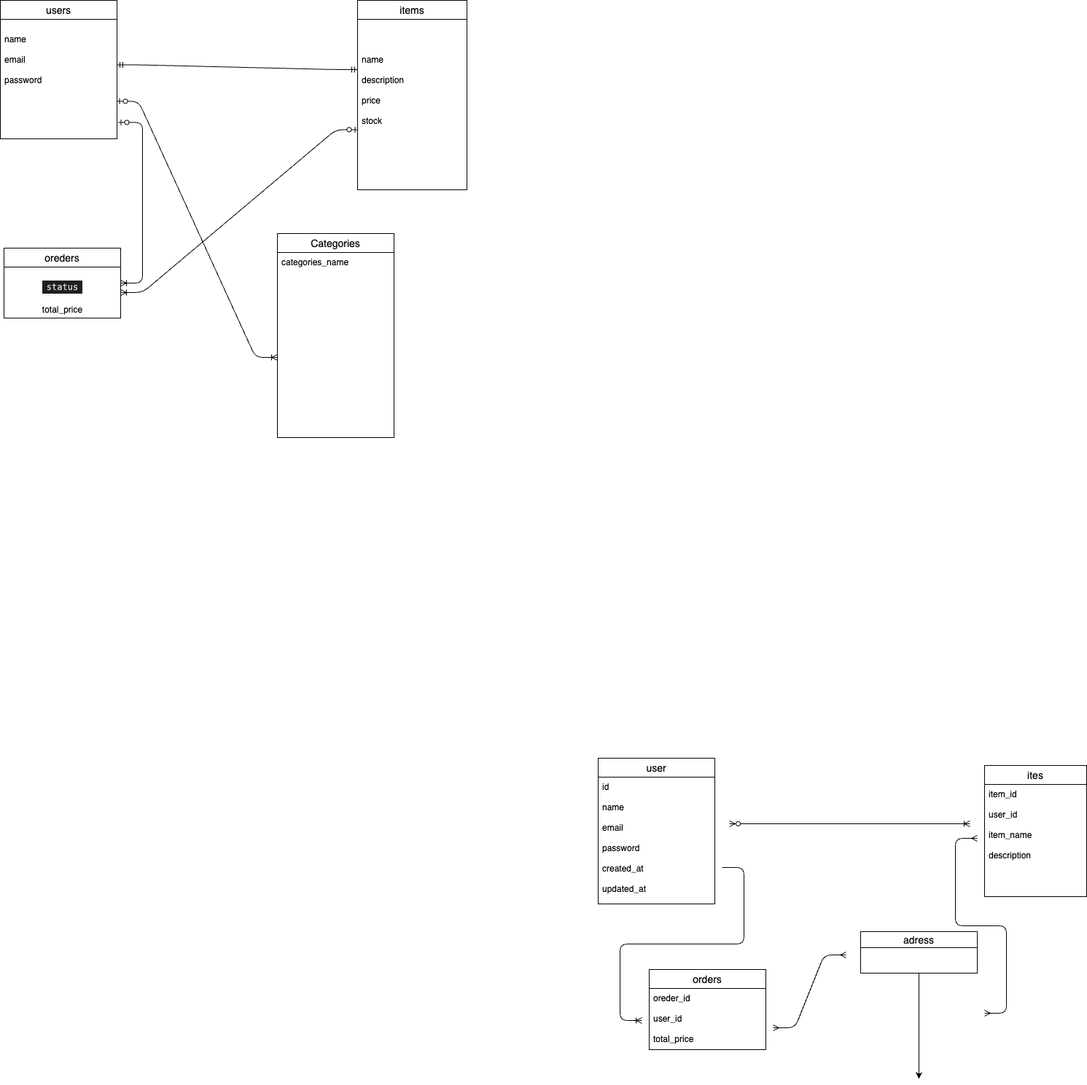
Above: drow/furima.drawio.png in takashi14-07/furima-41447 (draw.io), before the change. Source tidied: cells renumbered, new cells last; positions are measured from the earlier drawing's top-left corner, leaving out a move shared by most shapes.
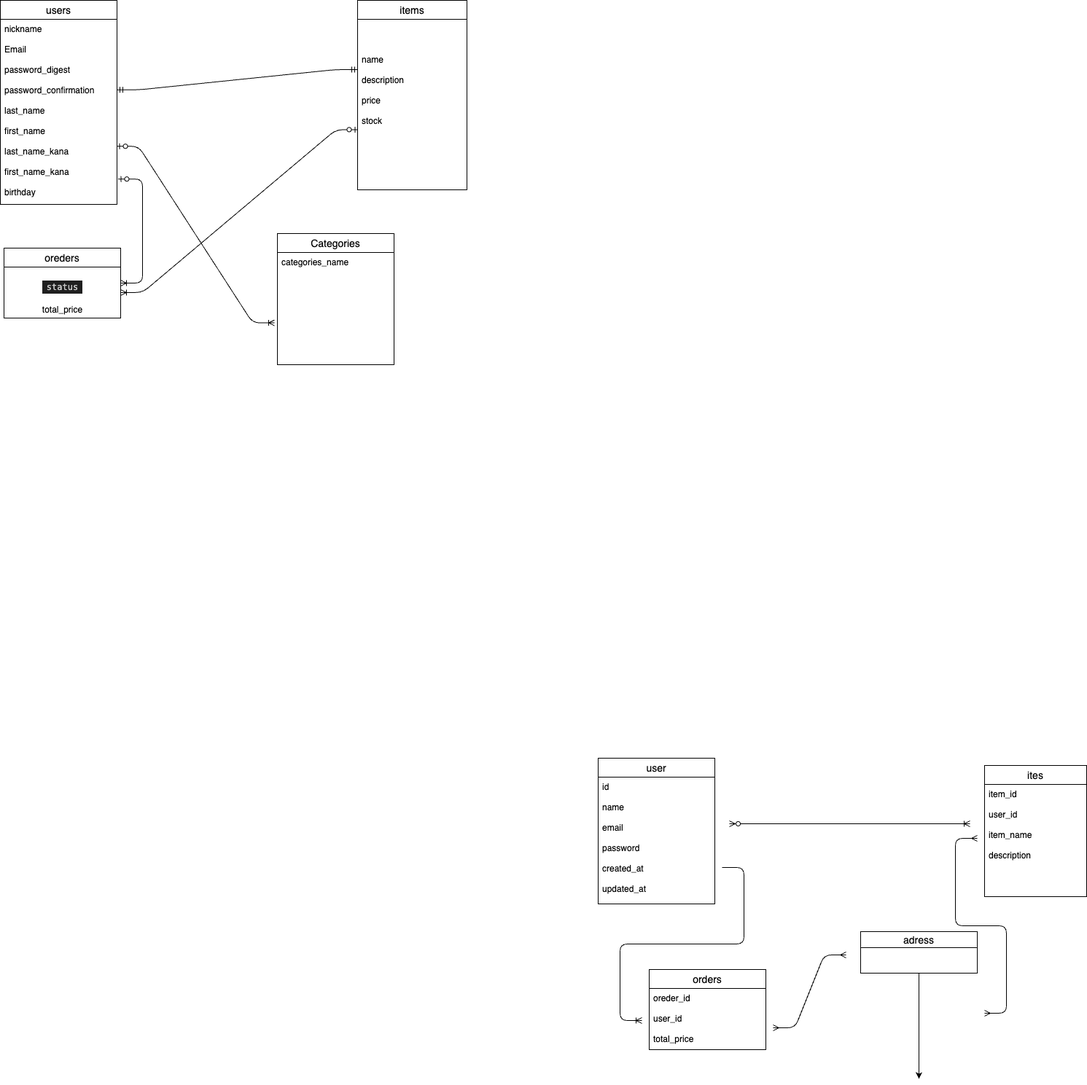
The same diagram one commit later.

Diff of the diagram source:
```diff
@@ -59,10 +59,10 @@
       </mxGeometry>
     </mxCell>
     <mxCell id="15" value="users" style="swimlane;fontStyle=0;horizontal=1;startSize=26;align=center;fontSize=14;" parent="1" vertex="1">
-      <mxGeometry width="160" height="190" as="geometry" />
+      <mxGeometry width="160" height="280" as="geometry" />
     </mxCell>
-    <mxCell id="16" value="&#10;name&#10;&#10;email&#10;&#10;password&#10;&#10;&#10;&#10;&#10;" style="text;strokeColor=none;fillColor=none;spacingLeft=4;spacingRight=4;overflow=hidden;points=[[0,0.5],[1,0.5]];portConstraint=eastwest;fontSize=12;" parent="15" vertex="1">
-      <mxGeometry y="26" width="160" height="164" as="geometry" />
+    <mxCell id="16" value="nickname&#10;&#10;Email&#10;&#10;password_digest&#10;&#10;password_confirmation&#10;&#10;last_name&#10;&#10;first_name&#10;&#10;last_name_kana&#10;&#10;first_name_kana&#10;&#10;birthday" style="text;strokeColor=none;fillColor=none;spacingLeft=4;spacingRight=4;overflow=hidden;points=[[0,0.5],[1,0.5]];portConstraint=eastwest;fontSize=12;" parent="15" vertex="1">
+      <mxGeometry y="26" width="160" height="254" as="geometry" />
     </mxCell>
     <mxCell id="17" value="items" style="swimlane;fontStyle=0;horizontal=1;startSize=26;align=center;fontSize=14;" parent="1" vertex="1">
       <mxGeometry x="490" width="150" height="260" as="geometry" />
@@ -77,18 +77,16 @@
       <mxGeometry y="26" width="160" height="70" as="geometry" />
     </mxCell>
     <mxCell id="21" value="Categories" style="swimlane;fontStyle=0;horizontal=1;startSize=26;align=center;fontSize=14;" parent="1" vertex="1">
-      <mxGeometry x="380" y="320" width="160" height="280" as="geometry" />
+      <mxGeometry x="380" y="320" width="160" height="180" as="geometry" />
     </mxCell>
     <mxCell id="22" value="categories_name" style="text;strokeColor=none;fillColor=none;spacingLeft=4;spacingRight=4;overflow=hidden;points=[[0,0.5],[1,0.5]];portConstraint=eastwest;fontSize=12;" parent="21" vertex="1">
-      <mxGeometry y="26" width="160" height="254" as="geometry" />
+      <mxGeometry y="26" width="160" height="154" as="geometry" />
     </mxCell>
     <mxCell id="23" style="edgeStyle=entityRelationEdgeStyle;fontSize=12;html=1;endArrow=ERoneToMany;startArrow=ERzeroToOne;exitX=0.003;exitY=0.647;exitDx=0;exitDy=0;exitPerimeter=0;" parent="1" edge="1" source="18" target="20">
       <mxGeometry relative="1" as="geometry" />
     </mxCell>
-    <mxCell id="24" style="edgeStyle=entityRelationEdgeStyle;fontSize=12;html=1;endArrow=ERoneToMany;startArrow=ERzeroToOne;exitX=0.997;exitY=0.686;exitDx=0;exitDy=0;exitPerimeter=0;" parent="1" edge="1" source="16">
-      <mxGeometry relative="1" as="geometry">
-        <mxPoint x="380" y="490" as="targetPoint" />
-      </mxGeometry>
+    <mxCell id="24" style="edgeStyle=entityRelationEdgeStyle;fontSize=12;html=1;endArrow=ERoneToMany;startArrow=ERzeroToOne;exitX=0.997;exitY=0.686;exitDx=0;exitDy=0;exitPerimeter=0;entryX=-0.025;entryY=0.627;entryDx=0;entryDy=0;entryPerimeter=0;" parent="1" edge="1" source="16" target="22">
+      <mxGeometry relative="1" as="geometry" />
     </mxCell>
     <mxCell id="25" style="edgeStyle=entityRelationEdgeStyle;fontSize=12;html=1;endArrow=ERoneToMany;startArrow=ERzeroToOne;exitX=1.009;exitY=0.863;exitDx=0;exitDy=0;exitPerimeter=0;" parent="1" edge="1" source="16" target="19">
       <mxGeometry relative="1" as="geometry" />
```
